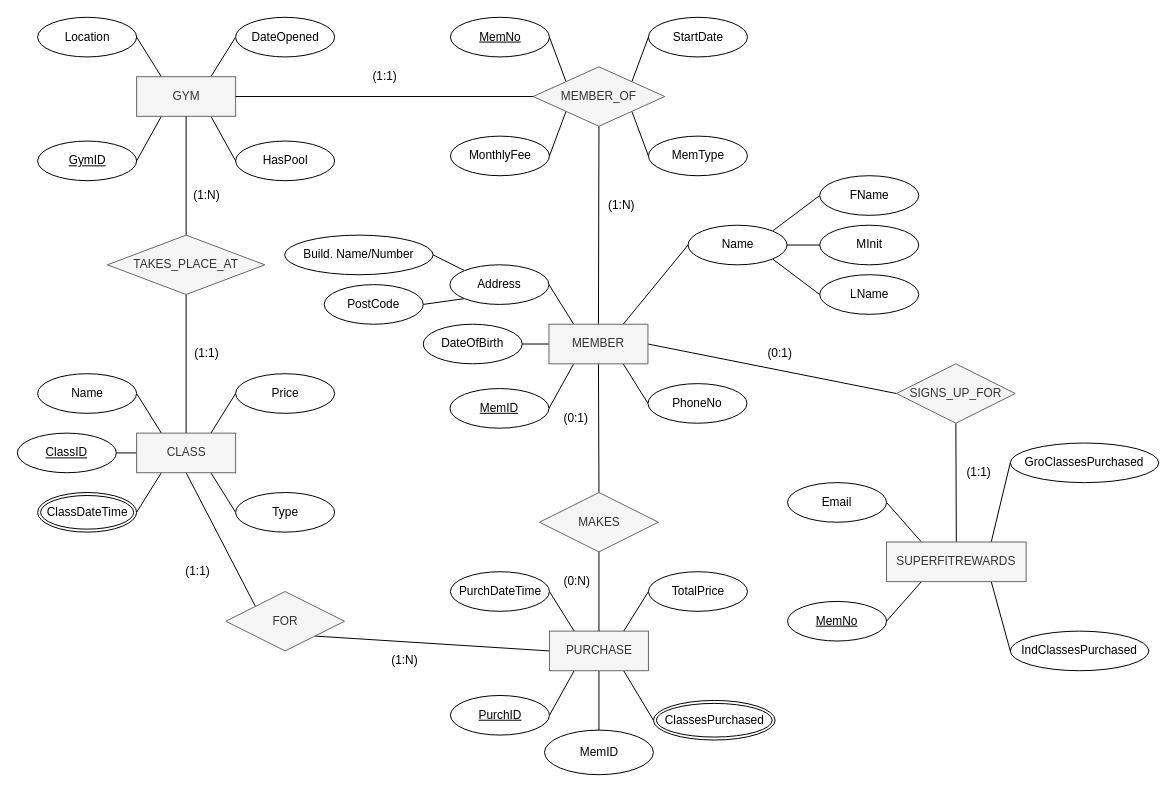
Earlier version of the draw.io diagram DBS CW1.drawio (fullytanaka/UML-ER). Source tidied: cells renumbered, new cells numbered last; positions are measured from the earlier drawing's top-left corner, leaving out a move shared by most shapes. Both pictures are drawn from the tidied source at 99%, with x=0, y=0 at pixel (17, 17).
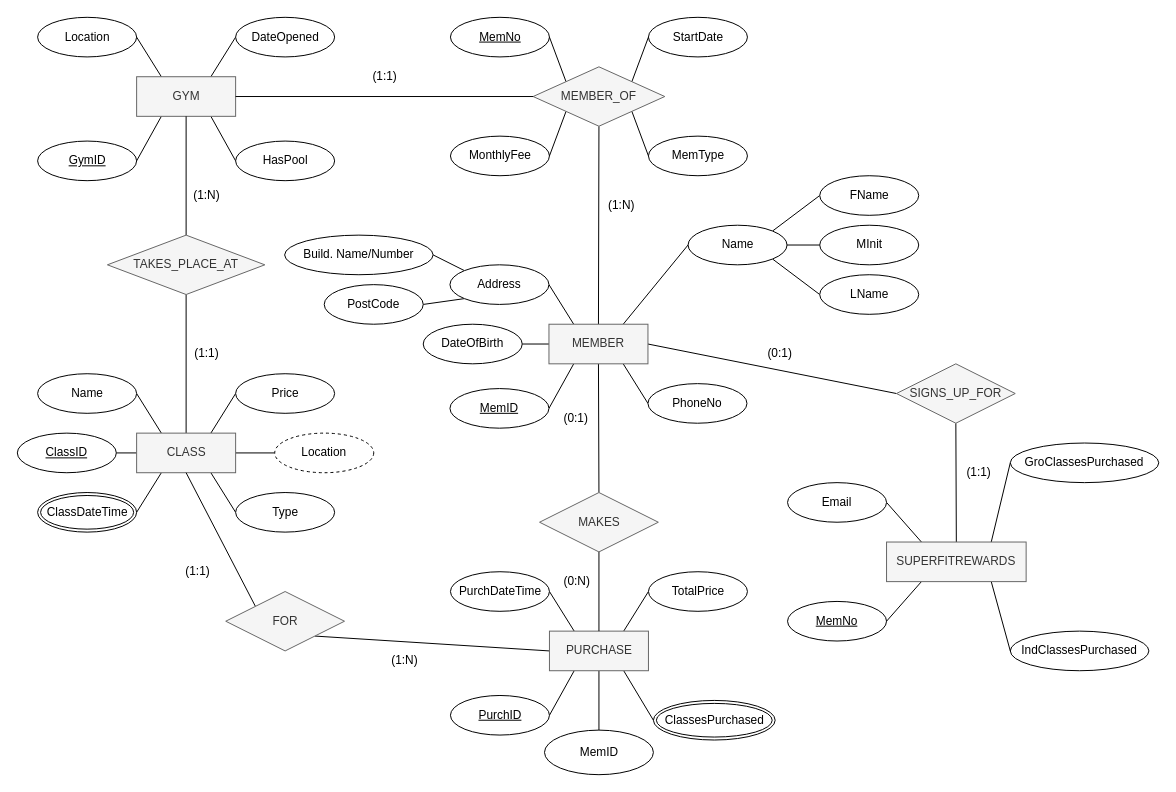
After the change.

The change refers to these unchanged cells:
```xml
<mxCell id="47" value="&lt;div&gt;CLASS&lt;/div&gt;" style="whiteSpace=wrap;html=1;align=center;fillColor=#f5f5f5;strokeColor=#666666;fontColor=#333333;" parent="1" vertex="1">
  <mxGeometry x="120.5" y="420" width="100" height="40" as="geometry" />
</mxCell>
```

Change to the diagram source:
```diff
@@
+    <mxCell id="96" style="edgeStyle=none;jettySize=auto;html=1;exitX=1;exitY=0.5;exitDx=0;exitDy=0;entryX=0;entryY=0.5;entryDx=0;entryDy=0;endArrow=none;endFill=0;strokeColor=#000000;" parent="1" edge="1" source="47" target="97">
+      <mxGeometry relative="1" as="geometry" />
+    </mxCell>
@@
+    <mxCell id="97" value="Location" style="ellipse;whiteSpace=wrap;html=1;align=center;dashed=1;" parent="1" vertex="1">
+      <mxGeometry x="260" y="420" width="100" height="40" as="geometry" />
+    </mxCell>
```
